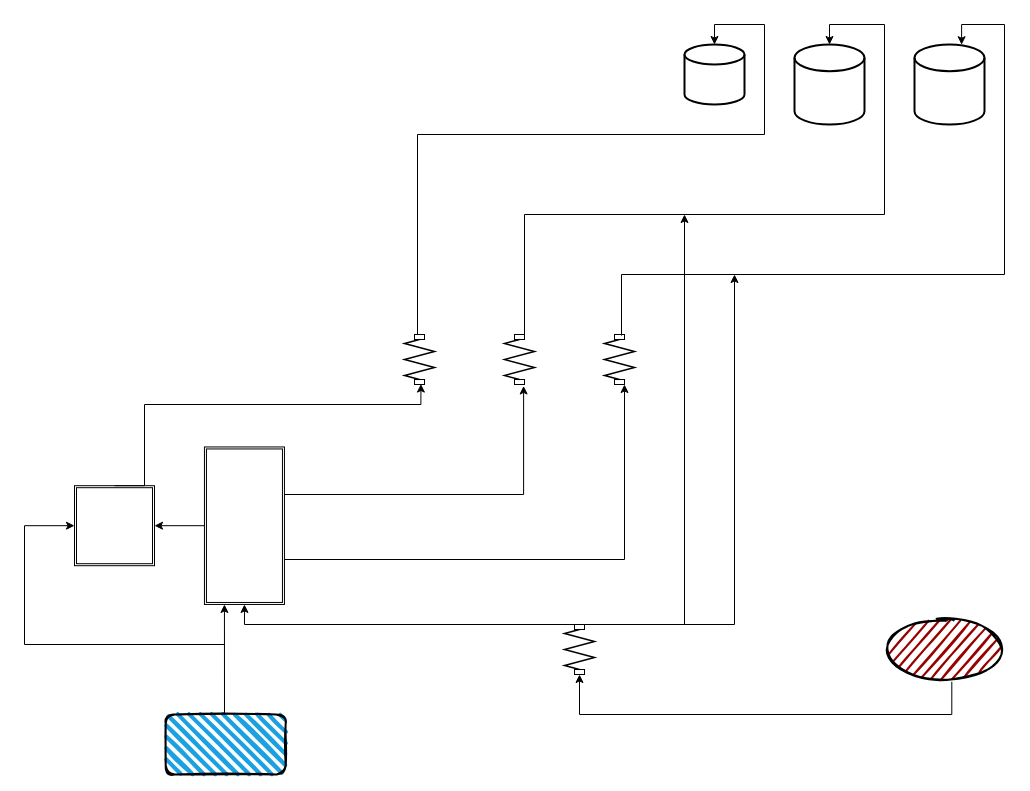
Before: Untitled Diagram.drawio in gudiseva/arvind, a draw.io diagram. Source tidied: cells renumbered, new cells numbered last; positions are measured from the earlier drawing's top-left corner, leaving out a move shared by most shapes. Both pictures are drawn from the tidied source at 100%, with x=0, y=0 at pixel (24, 24).
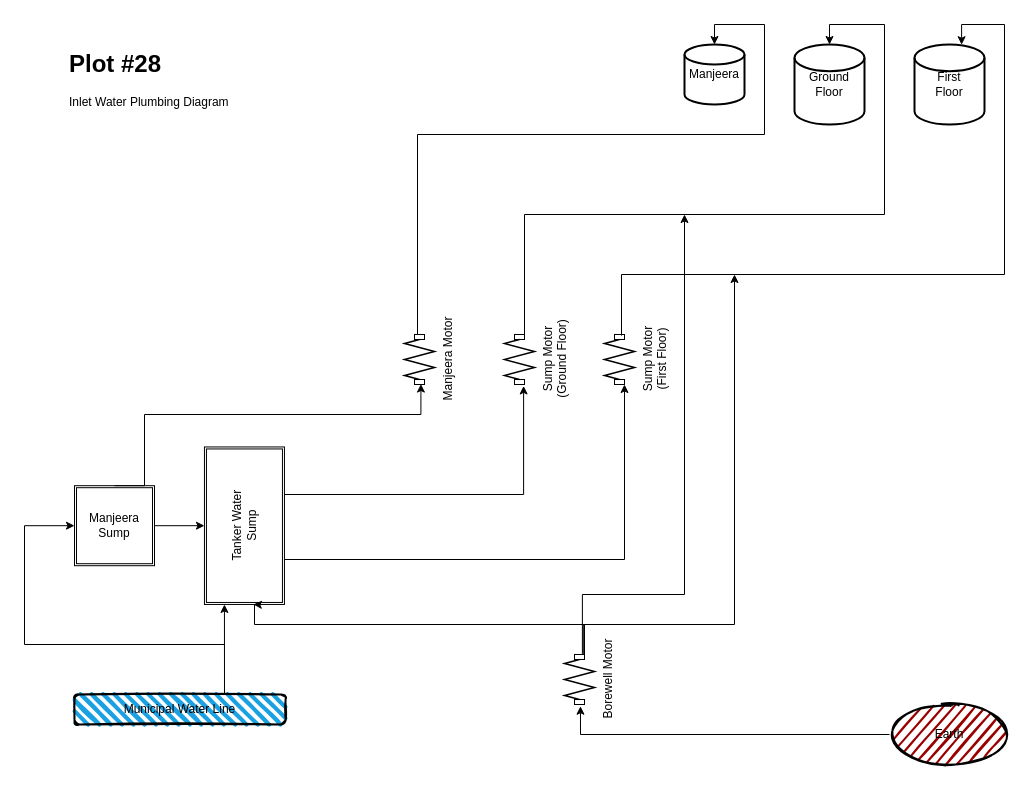
The same diagram, later.

Change to the diagram source:
```diff
@@
-    <mxCell id="2" style="strokeWidth=2;html=1;shape=mxgraph.flowchart.database;whiteSpace=wrap;" parent="1" vertex="1">
+    <mxCell id="2" value="Manjeera" style="strokeWidth=2;html=1;shape=mxgraph.flowchart.database;whiteSpace=wrap;" parent="1" vertex="1">
       <mxGeometry x="660" y="20" width="60" height="60" as="geometry" />
     </mxCell>
-    <mxCell id="3" style="strokeWidth=2;html=1;shape=mxgraph.flowchart.database;whiteSpace=wrap;" parent="1" vertex="1">
+    <mxCell id="3" value="Ground Floor" style="strokeWidth=2;html=1;shape=mxgraph.flowchart.database;whiteSpace=wrap;" parent="1" vertex="1">
       <mxGeometry x="770" y="20" width="70" height="80" as="geometry" />
     </mxCell>
-    <mxCell id="4" style="strokeWidth=2;html=1;shape=mxgraph.flowchart.database;whiteSpace=wrap;" parent="1" vertex="1">
+    <mxCell id="4" value="First&lt;br&gt;Floor" style="strokeWidth=2;html=1;shape=mxgraph.flowchart.database;whiteSpace=wrap;" parent="1" vertex="1">
       <mxGeometry x="890" y="20" width="70" height="80" as="geometry" />
     </mxCell>
-    <mxCell id="5" style="verticalLabelPosition=bottom;html=1;verticalAlign=top;align=center;shape=mxgraph.floorplan.doorAccordion;dx=0.97;rotation=-90;" parent="1" vertex="1">
+    <mxCell id="5" value="Manjeera Motor" style="verticalLabelPosition=bottom;html=1;verticalAlign=top;align=center;shape=mxgraph.floorplan.doorAccordion;dx=0.97;rotation=-90;" parent="1" vertex="1">
       <mxGeometry x="370" y="320" width="50" height="30" as="geometry" />
     </mxCell>
@@
-    <mxCell id="7" style="verticalLabelPosition=bottom;html=1;verticalAlign=top;align=center;shape=mxgraph.floorplan.doorAccordion;dx=0.97;rotation=-90;" parent="1" vertex="1">
+    <mxCell id="7" value="Sump Motor&lt;br&gt;(Ground Floor)" style="verticalLabelPosition=bottom;html=1;verticalAlign=top;align=center;shape=mxgraph.floorplan.doorAccordion;dx=0.97;rotation=-90;" parent="1" vertex="1">
       <mxGeometry x="470" y="320" width="50" height="30" as="geometry" />
     </mxCell>
-    <mxCell id="8" style="verticalLabelPosition=bottom;html=1;verticalAlign=top;align=center;shape=mxgraph.floorplan.doorAccordion;dx=0.97;rotation=-90;" parent="1" vertex="1">
+    <mxCell id="8" value="Sump Motor&lt;br&gt;(First Floor)" style="verticalLabelPosition=bottom;html=1;verticalAlign=top;align=center;shape=mxgraph.floorplan.doorAccordion;dx=0.97;rotation=-90;" parent="1" vertex="1">
       <mxGeometry x="570" y="320" width="50" height="30" as="geometry" />
     </mxCell>
@@
-    <mxCell id="11" style="shape=ext;double=1;whiteSpace=wrap;html=1;" parent="1" vertex="1">
+    <mxCell id="11" value="Manjeera&lt;br&gt;Sump" style="shape=ext;double=1;whiteSpace=wrap;html=1;" parent="1" vertex="1">
       <mxGeometry x="50" y="461.2" width="80" height="80" as="geometry" />
     </mxCell>
-    <mxCell id="12" style="edgeStyle=orthogonalEdgeStyle;rounded=0;jettySize=auto;html=1;" parent="1" edge="1" source="13" target="11">
+    <mxCell id="12" style="edgeStyle=orthogonalEdgeStyle;rounded=0;jettySize=auto;html=1;" parent="1" edge="1" source="11" target="13">
       <mxGeometry relative="1" as="geometry">
         <Array as="points">
           <mxPoint x="160" y="510" />
           <mxPoint x="160" y="510" />
         </Array>
       </mxGeometry>
     </mxCell>
-    <mxCell id="13" style="shape=ext;double=1;rounded=0;whiteSpace=wrap;html=1;rotation=90;" parent="1" vertex="1">
+    <mxCell id="13" value="Tanker Water&lt;br&gt;Sump" style="shape=ext;double=1;rounded=0;whiteSpace=wrap;html=1;rotation=-90;" parent="1" vertex="1">
       <mxGeometry x="141.2" y="461.2" width="157.5" height="80" as="geometry" />
     </mxCell>
     <mxCell id="14" style="edgeStyle=segmentEdgeStyle;endArrow=classic;html=1;rounded=0;exitX=0.5;exitY=0;exitDx=0;exitDy=0;entryX=0.009;entryY=0.548;entryDx=0;entryDy=0;entryPerimeter=0;" parent="1" edge="1" source="11" target="5">
       <mxGeometry relative="1" as="geometry">
         <Array as="points">
           <mxPoint x="120" y="461" />
-          <mxPoint x="120" y="380" />
-          <mxPoint x="396" y="380" />
+          <mxPoint x="120" y="390" />
+          <mxPoint x="396" y="390" />
         </Array>
       </mxGeometry>
     </mxCell>
@@
+    <mxCell id="22" style="edgeStyle=orthogonalEdgeStyle;rounded=0;jettySize=auto;html=1;entryX=-0.035;entryY=0.532;entryDx=0;entryDy=0;entryPerimeter=0;" parent="1" edge="1" source="17" target="20">
+      <mxGeometry relative="1" as="geometry">
+        <Array as="points">
+          <mxPoint x="920" y="710" />
+          <mxPoint x="556" y="710" />
+        </Array>
+      </mxGeometry>
+    </mxCell>
-    <mxCell id="17" style="ellipse;whiteSpace=wrap;html=1;strokeWidth=2;fillWeight=2;hachureGap=8;fillColor=#990000;fillStyle=dots;sketch=1;" parent="1" vertex="1">
-      <mxGeometry x="860" y="595" width="120" height="60" as="geometry" />
+    <mxCell id="17" value="Earth" style="ellipse;whiteSpace=wrap;html=1;strokeWidth=2;fillWeight=2;hachureGap=8;fillColor=#990000;fillStyle=dots;sketch=1;" parent="1" vertex="1">
+      <mxGeometry x="865" y="680" width="120" height="60" as="geometry" />
     </mxCell>
-    <mxCell id="18" style="edgeStyle=orthogonalEdgeStyle;rounded=0;jettySize=auto;html=1;" parent="1" edge="1" source="20">
+    <mxCell id="18" style="edgeStyle=orthogonalEdgeStyle;rounded=0;jettySize=auto;html=1;exitX=1.011;exitY=0.627;exitDx=0;exitDy=0;exitPerimeter=0;" parent="1" edge="1" source="20">
       <mxGeometry relative="1" as="geometry">
         <mxPoint x="710" y="250" as="targetPoint" />
         <Array as="points">
+          <mxPoint x="559" y="600" />
           <mxPoint x="710" y="600" />
         </Array>
       </mxGeometry>
     </mxCell>
-    <mxCell id="19" style="edgeStyle=orthogonalEdgeStyle;rounded=0;jettySize=auto;html=1;" parent="1" edge="1" source="20">
+    <mxCell id="19" style="edgeStyle=orthogonalEdgeStyle;rounded=0;jettySize=auto;html=1;exitX=1.011;exitY=0.596;exitDx=0;exitDy=0;exitPerimeter=0;" parent="1" edge="1" source="20">
       <mxGeometry relative="1" as="geometry">
         <mxPoint x="660" y="190" as="targetPoint" />
         <Array as="points">
-          <mxPoint x="660" y="600" />
+          <mxPoint x="558" y="570" />
+          <mxPoint x="660" y="570" />
         </Array>
       </mxGeometry>
     </mxCell>
-    <mxCell id="20" style="verticalLabelPosition=bottom;html=1;verticalAlign=top;align=center;shape=mxgraph.floorplan.doorAccordion;dx=0.97;rotation=-90;" parent="1" vertex="1">
-      <mxGeometry x="530" y="610" width="50" height="30" as="geometry" />
+    <mxCell id="20" value="Borewell Motor" style="verticalLabelPosition=bottom;html=1;verticalAlign=top;align=center;shape=mxgraph.floorplan.doorAccordion;dx=0.97;rotation=-90;" parent="1" vertex="1">
+      <mxGeometry x="530" y="640" width="50" height="30" as="geometry" />
     </mxCell>
-    <mxCell id="21" style="edgeStyle=segmentEdgeStyle;endArrow=classic;html=1;rounded=0;entryX=1;entryY=0.5;entryDx=0;entryDy=0;exitX=1;exitY=0.333;exitDx=0;exitDy=0;exitPerimeter=0;" parent="1" edge="1" source="20" target="13">
-      <mxGeometry relative="1" as="geometry" />
+    <mxCell id="21" style="edgeStyle=segmentEdgeStyle;endArrow=classic;html=1;rounded=0;exitX=1;exitY=0.333;exitDx=0;exitDy=0;exitPerimeter=0;entryX=0;entryY=0.612;entryDx=0;entryDy=0;entryPerimeter=0;" parent="1" edge="1" source="20" target="13">
+      <mxGeometry relative="1" as="geometry">
+        <Array as="points">
+          <mxPoint x="560" y="630" />
+          <mxPoint x="560" y="600" />
+          <mxPoint x="230" y="600" />
+        </Array>
+      </mxGeometry>
     </mxCell>
-    <mxCell id="22" style="edgeStyle=segmentEdgeStyle;endArrow=classic;html=1;rounded=0;exitX=0.561;exitY=1.037;exitDx=0;exitDy=0;exitPerimeter=0;" parent="1" edge="1" source="17" target="20">
-      <mxGeometry relative="1" as="geometry">
-        <Array as="points">
-          <mxPoint x="927" y="690" />
-          <mxPoint x="555" y="690" />
-        </Array>
-      </mxGeometry>
-    </mxCell>
-    <mxCell id="23" style="rounded=1;whiteSpace=wrap;html=1;strokeWidth=2;fillWeight=4;hachureGap=8;hachureAngle=45;fillColor=#1ba1e2;sketch=1;" parent="1" vertex="1">
-      <mxGeometry x="141.2" y="690" width="120" height="60" as="geometry" />
+    <mxCell id="23" value="Municipal Water Line" style="rounded=1;whiteSpace=wrap;html=1;strokeWidth=2;fillWeight=4;hachureGap=8;hachureAngle=45;fillColor=#1ba1e2;sketch=1;" parent="1" vertex="1">
+      <mxGeometry x="50" y="670" width="211.2" height="30" as="geometry" />
     </mxCell>
-    <mxCell id="24" style="edgeStyle=segmentEdgeStyle;endArrow=classic;html=1;rounded=0;entryX=1;entryY=0.75;entryDx=0;entryDy=0;" parent="1" edge="1" target="13">
+    <mxCell id="24" style="edgeStyle=segmentEdgeStyle;endArrow=classic;html=1;rounded=0;entryX=0;entryY=0.25;entryDx=0;entryDy=0;" parent="1" edge="1" target="13">
       <mxGeometry relative="1" as="geometry">
-        <mxPoint x="200" y="690" as="sourcePoint" />
+        <mxPoint x="200" y="670" as="sourcePoint" />
       </mxGeometry>
     </mxCell>
@@
+    <mxCell id="26" value="&lt;h1&gt;Plot #28&lt;/h1&gt;&lt;p&gt;Inlet Water Plumbing Diagram&lt;/p&gt;" style="text;html=1;strokeColor=none;fillColor=none;spacing=5;spacingTop=-20;whiteSpace=wrap;overflow=hidden;rounded=0;" parent="1" vertex="1">
+      <mxGeometry x="40" y="20" width="190" height="80" as="geometry" />
+    </mxCell>
```
